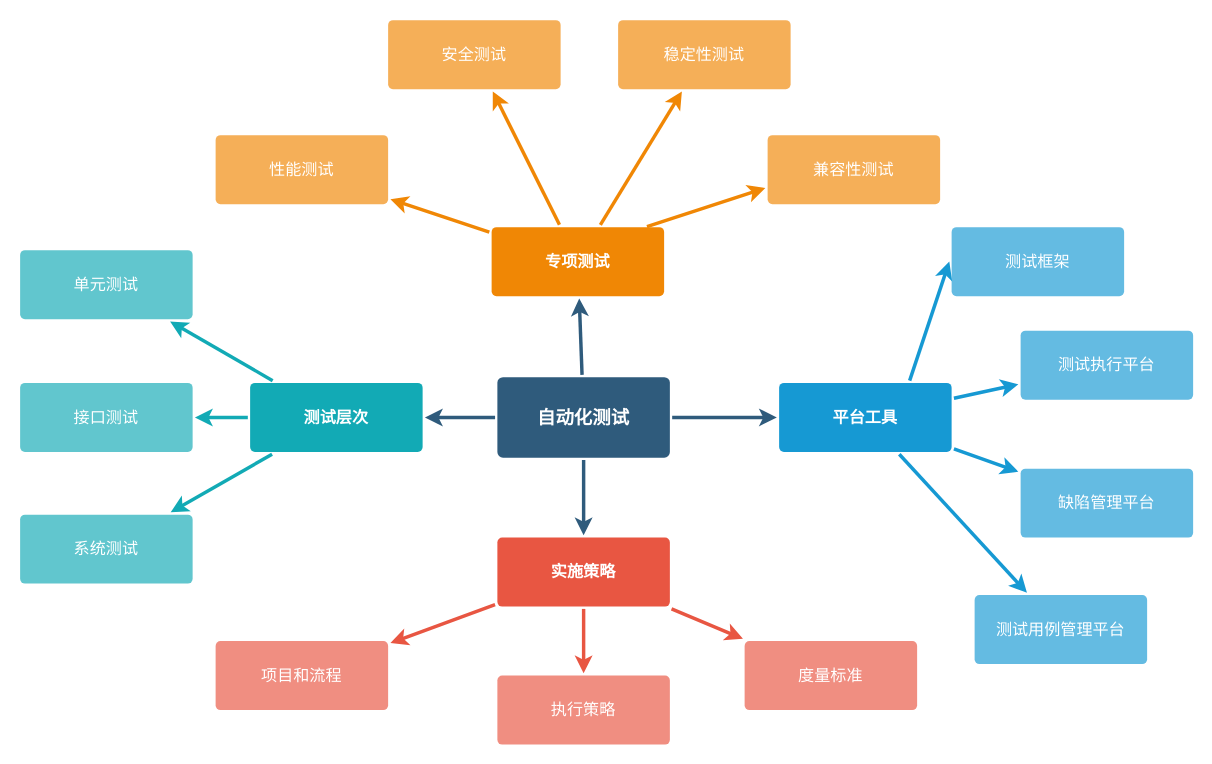
The draw.io diagram automationtest.drawio in xiongxiaoqing614/diagrams, before the edit. Source tidied: cells renumbered, new cells numbered last; positions are measured from the earlier drawing's top-left corner, leaving out a move shared by most shapes. Both pictures are drawn from the tidied source at 115%, with x=0, y=0 at pixel (20, 20).
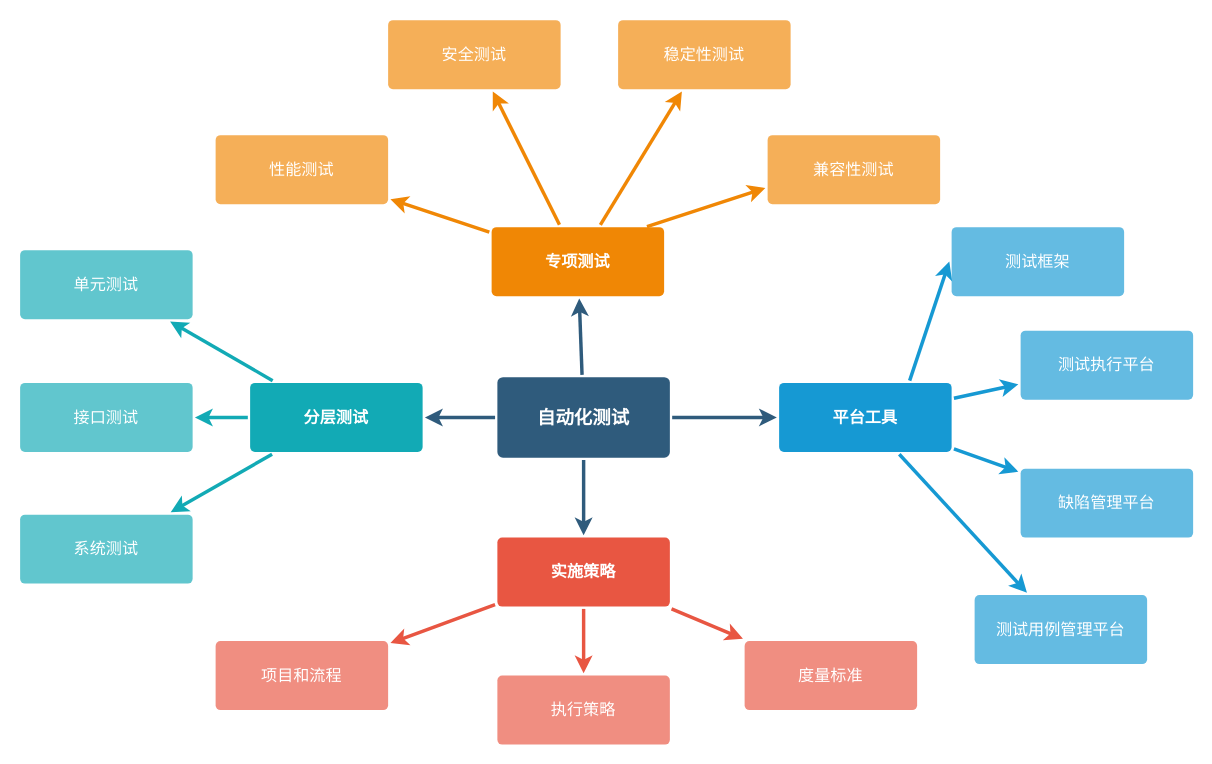
Above is the later version.

What changed in the source:
```diff
@@
-    <mxCell id="36" value="测试层次" style="rounded=1;whiteSpace=wrap;html=1;shadow=0;labelBackgroundColor=none;strokeColor=none;strokeWidth=3;fillColor=#12aab5;fontFamily=Helvetica;fontSize=14;fontColor=#FFFFFF;align=center;spacing=5;fontStyle=1;arcSize=7;perimeterSpacing=2;" parent="1" vertex="1">
+    <mxCell id="36" value="分层测试" style="rounded=1;whiteSpace=wrap;html=1;shadow=0;labelBackgroundColor=none;strokeColor=none;strokeWidth=3;fillColor=#12aab5;fontFamily=Helvetica;fontSize=14;fontColor=#FFFFFF;align=center;spacing=5;fontStyle=1;arcSize=7;perimeterSpacing=2;" parent="1" vertex="1">
       <mxGeometry x="200" y="315.5" width="150" height="60" as="geometry" />
     </mxCell>
```
